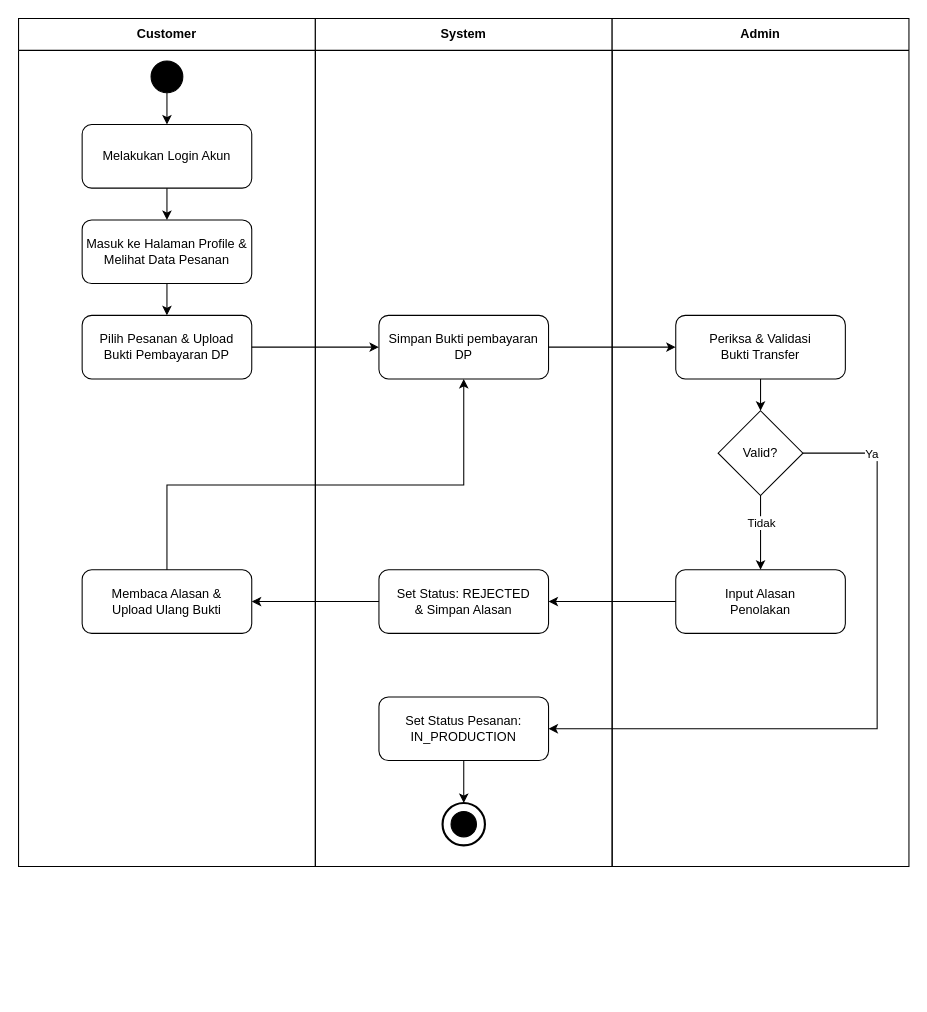
Fahrul23/BenuaKertasApps keeps this draw.io diagram as client/src/diagram/activity/AD_2_Pembayaran_DP.drawio. Above is the earlier version. Source tidied: cells renumbered, new cells numbered last; positions are measured from the earlier drawing's top-left corner, leaving out a move shared by most shapes. Both pictures are drawn from the tidied source at 106%, with x=0, y=0 at pixel (18, 18).
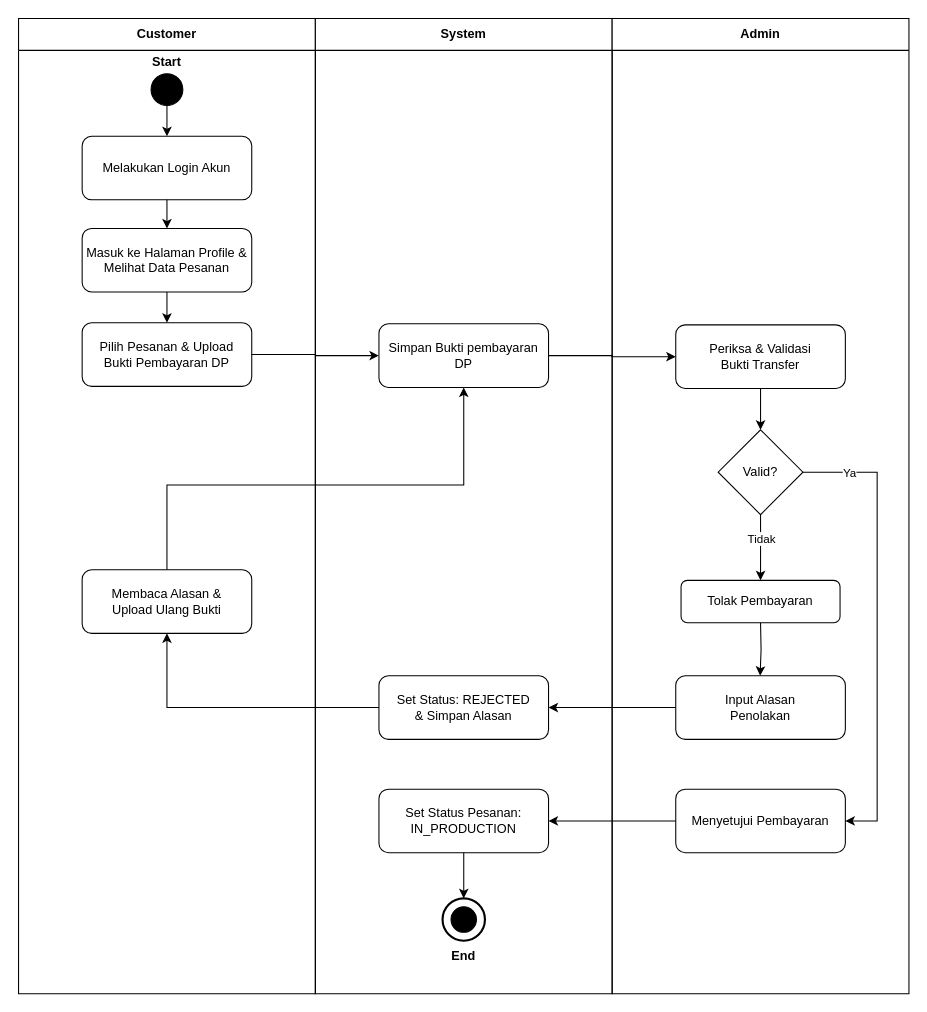
After the change.

Unchanged cells that the change refers to:
```xml
<mxCell id="3" value="Membaca Alasan &amp;&lt;br&gt;Upload Ulang Bukti" style="rounded=1;whiteSpace=wrap;html=1;fillColor=#ffffff;strokeColor=#000000;fontColor=#000000;" parent="2" vertex="1">
  <mxGeometry x="60" y="520" width="160" height="60" as="geometry" />
</mxCell>
```

What changed in the source:
```diff
@@
     <mxCell id="2" value="Customer" style="swimlane;whiteSpace=wrap;html=1;startSize=30;fillColor=#ffffff;strokeColor=#000000;fontColor=#000000;fontStyle=1;" parent="1" vertex="1">
-      <mxGeometry width="280" height="800" as="geometry" />
+      <mxGeometry width="280" height="920" as="geometry" />
     </mxCell>
@@
+    <mxCell id="32" value="&lt;b&gt;Start&lt;/b&gt;" style="text;html=1;whiteSpace=wrap;strokeColor=none;fillColor=none;align=center;verticalAlign=middle;rounded=0;" parent="2" vertex="1">
+      <mxGeometry x="110" y="26" width="60" height="30" as="geometry" />
+    </mxCell>
     <mxCell id="4" value="System" style="swimlane;whiteSpace=wrap;html=1;startSize=30;fillColor=#ffffff;strokeColor=#000000;fontColor=#000000;fontStyle=1;" parent="1" vertex="1">
-      <mxGeometry x="280" width="280" height="800" as="geometry" />
+      <mxGeometry x="280" width="280" height="920" as="geometry" />
     </mxCell>
     <mxCell id="5" value="Set Status Pesanan:&lt;br&gt;IN_PRODUCTION" style="rounded=1;whiteSpace=wrap;html=1;fillColor=#ffffff;strokeColor=#000000;fontColor=#000000;" parent="4" vertex="1">
-      <mxGeometry x="60" y="640" width="160" height="60" as="geometry" />
+      <mxGeometry x="60" y="727" width="160" height="60" as="geometry" />
     </mxCell>
     <mxCell id="6" style="ellipse;whiteSpace=wrap;html=1;strokeWidth=2;fillColor=#ffffff;strokeColor=#000000;" parent="4" vertex="1">
-      <mxGeometry x="120" y="740" width="40" height="40" as="geometry" />
+      <mxGeometry x="120" y="830" width="40" height="40" as="geometry" />
     </mxCell>
@@
     <mxCell id="9" value="Set Status: REJECTED&lt;br&gt;&amp; Simpan Alasan" style="rounded=1;whiteSpace=wrap;html=1;fillColor=#ffffff;strokeColor=#000000;fontColor=#000000;" parent="4" vertex="1">
-      <mxGeometry x="60" y="520" width="160" height="60" as="geometry" />
+      <mxGeometry x="60" y="620" width="160" height="60" as="geometry" />
     </mxCell>
+    <mxCell id="33" style="edgeStyle=orthogonalEdgeStyle;rounded=0;html=1;strokeColor=#000000;" parent="4" edge="1">
+      <mxGeometry relative="1" as="geometry">
+        <mxPoint x="340" y="650" as="sourcePoint" />
+        <mxPoint x="220" y="650" as="targetPoint" />
+      </mxGeometry>
+    </mxCell>
+    <mxCell id="34" value="&lt;b&gt;End&lt;/b&gt;" style="text;html=1;whiteSpace=wrap;strokeColor=none;fillColor=none;align=center;verticalAlign=middle;rounded=0;" parent="4" vertex="1">
+      <mxGeometry x="110" y="870" width="60" height="30" as="geometry" />
+    </mxCell>
     <mxCell id="10" value="Admin" style="swimlane;whiteSpace=wrap;html=1;startSize=30;fillColor=#ffffff;strokeColor=#000000;fontColor=#000000;fontStyle=1;" parent="1" vertex="1">
-      <mxGeometry x="560" width="280" height="800" as="geometry" />
+      <mxGeometry x="560" width="280" height="920" as="geometry" />
     </mxCell>
-    <mxCell id="11" value="Input Alasan&lt;br&gt;Penolakan" style="rounded=1;whiteSpace=wrap;html=1;fillColor=#ffffff;strokeColor=#000000;fontColor=#000000;" parent="10" vertex="1">
-      <mxGeometry x="60" y="520" width="160" height="60" as="geometry" />
+    <mxCell id="11" value="Tolak Pembayaran" style="rounded=1;whiteSpace=wrap;html=1;fillColor=#ffffff;strokeColor=#000000;fontColor=#000000;" parent="10" vertex="1">
+      <mxGeometry x="65" y="530" width="150" height="40" as="geometry" />
     </mxCell>
+    <mxCell id="35" value="Menyetujui Pembayaran" style="rounded=1;whiteSpace=wrap;html=1;fillColor=#ffffff;strokeColor=#000000;fontColor=#000000;" parent="10" vertex="1">
+      <mxGeometry x="60" y="727" width="160" height="60" as="geometry" />
+    </mxCell>
+    <mxCell id="36" value="Input Alasan&lt;br&gt;Penolakan" style="rounded=1;whiteSpace=wrap;html=1;fillColor=#ffffff;strokeColor=#000000;fontColor=#000000;" parent="10" vertex="1">
+      <mxGeometry x="60" y="620" width="160" height="60" as="geometry" />
+    </mxCell>
+    <mxCell id="37" style="edgeStyle=orthogonalEdgeStyle;rounded=0;html=1;strokeColor=#000000;" parent="10" edge="1">
+      <mxGeometry relative="1" as="geometry">
+        <mxPoint x="140" y="570" as="sourcePoint" />
+        <mxPoint x="139.6" y="620" as="targetPoint" />
+      </mxGeometry>
+    </mxCell>
     <mxCell id="12" style="ellipse;whiteSpace=wrap;html=1;fillColor=#000000;strokeColor=#000000;" parent="1" vertex="1">
-      <mxGeometry x="125" y="40" width="30" height="30" as="geometry" />
+      <mxGeometry x="125" y="52" width="30" height="30" as="geometry" />
     </mxCell>
     <mxCell id="13" value="Melakukan Login Akun" style="rounded=1;whiteSpace=wrap;html=1;fillColor=#ffffff;strokeColor=#000000;fontColor=#000000;" parent="1" vertex="1">
-      <mxGeometry x="60" y="100" width="160" height="60" as="geometry" />
+      <mxGeometry x="60" y="111" width="160" height="60" as="geometry" />
     </mxCell>
     <mxCell id="14" value="Masuk ke Halaman Profile &amp;&lt;br&gt;Melihat Data Pesanan" style="rounded=1;whiteSpace=wrap;html=1;fillColor=#ffffff;strokeColor=#000000;fontColor=#000000;" parent="1" vertex="1">
-      <mxGeometry x="60" y="190" width="160" height="60" as="geometry" />
+      <mxGeometry x="60" y="198" width="160" height="60" as="geometry" />
     </mxCell>
     <mxCell id="15" value="Pilih Pesanan &amp; Upload&lt;br&gt;Bukti Pembayaran DP" style="rounded=1;whiteSpace=wrap;html=1;fillColor=#ffffff;strokeColor=#000000;fontColor=#000000;" parent="1" vertex="1">
-      <mxGeometry x="60" y="280" width="160" height="60" as="geometry" />
+      <mxGeometry x="60" y="287" width="160" height="60" as="geometry" />
     </mxCell>
     <mxCell id="16" value="Simpan Bukti pembayaran DP" style="rounded=1;whiteSpace=wrap;html=1;fillColor=#ffffff;strokeColor=#000000;fontColor=#000000;" parent="1" vertex="1">
-      <mxGeometry x="340" y="280" width="160" height="60" as="geometry" />
+      <mxGeometry x="340" y="288" width="160" height="60" as="geometry" />
     </mxCell>
     <mxCell id="17" value="Periksa &amp; Validasi&lt;br&gt;Bukti Transfer" style="rounded=1;whiteSpace=wrap;html=1;fillColor=#ffffff;strokeColor=#000000;fontColor=#000000;" parent="1" vertex="1">
-      <mxGeometry x="620" y="280" width="160" height="60" as="geometry" />
+      <mxGeometry x="620" y="289" width="160" height="60" as="geometry" />
     </mxCell>
     <mxCell id="18" value="Valid?" style="rhombus;whiteSpace=wrap;html=1;fillColor=#ffffff;strokeColor=#000000;fontColor=#000000;" parent="1" vertex="1">
-      <mxGeometry x="660" y="370" width="80" height="80" as="geometry" />
+      <mxGeometry x="660" y="388" width="80" height="80" as="geometry" />
     </mxCell>
@@
-    <mxCell id="27" style="edgeStyle=orthogonalEdgeStyle;rounded=0;html=1;strokeColor=#000000;" parent="1" edge="1" source="11" target="9">
-      <mxGeometry relative="1" as="geometry" />
-    </mxCell>
@@
-    <mxCell id="29" style="edgeStyle=orthogonalEdgeStyle;rounded=0;html=1;strokeColor=#000000;exitX=1;exitY=0.5;entryX=1;entryY=0.5;" parent="1" edge="1" source="18" target="5">
-      <mxGeometry relative="1" as="geometry">
-        <Array as="points">
-          <mxPoint x="810" y="410" />
-          <mxPoint x="810" y="670" />
-        </Array>
-      </mxGeometry>
+    <mxCell id="29" style="edgeStyle=orthogonalEdgeStyle;rounded=0;html=1;strokeColor=#000000;exitX=0;exitY=0.5;entryX=1;entryY=0.5;exitDx=0;exitDy=0;" parent="1" edge="1" source="35" target="5">
+      <mxGeometry relative="1" as="geometry" />
     </mxCell>
+    <mxCell id="31" style="edgeStyle=orthogonalEdgeStyle;rounded=0;jettySize=auto;html=1;entryX=0.5;entryY=1;entryDx=0;entryDy=0;" parent="1" edge="1" source="3" target="16">
+      <mxGeometry relative="1" as="geometry">
+        <Array as="points">
+          <mxPoint x="140" y="440" />
+          <mxPoint x="420" y="440" />
+        </Array>
+      </mxGeometry>
+    </mxCell>
+    <mxCell id="38" style="edgeStyle=orthogonalEdgeStyle;rounded=0;html=1;strokeColor=#000000;exitX=1;exitY=0.5;entryX=1;entryY=0.5;" parent="1" edge="1" source="18" target="35">
+      <mxGeometry relative="1" as="geometry">
+        <Array as="points">
+          <mxPoint x="810" y="428" />
+          <mxPoint x="810" y="757" />
+        </Array>
+      </mxGeometry>
+    </mxCell>
-    <mxCell id="30" value="Ya" style="edgeLabel;html=1;align=center;verticalAlign=middle;backgroundColor=#ffffff;fontColor=#000000;" parent="29" vertex="1">
+    <mxCell id="30" value="Ya" style="edgeLabel;html=1;align=center;verticalAlign=middle;backgroundColor=#ffffff;fontColor=#000000;" parent="38" vertex="1">
       <mxGeometry x="-0.8" relative="1" as="geometry" />
     </mxCell>
-    <mxCell id="31" style="edgeStyle=orthogonalEdgeStyle;rounded=0;jettySize=auto;html=1;entryX=0.5;entryY=1;entryDx=0;entryDy=0;" parent="1" edge="1" source="3" target="16">
-      <mxGeometry relative="1" as="geometry">
-        <Array as="points">
-          <mxPoint x="140" y="440" />
-          <mxPoint x="420" y="440" />
-        </Array>
-      </mxGeometry>
-    </mxCell>
```
